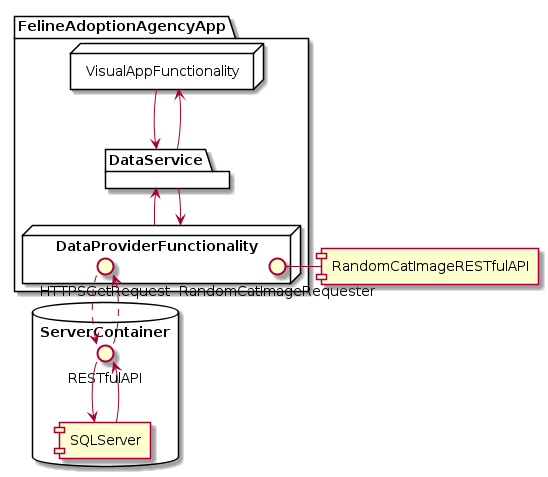
Earlier version of the PlantUML export Documentation/UML/ComponentDiagram.png (Pasarus/FelineAdoptionAgencyMajorProject). The source it was exported from:
```plantuml
@startuml ComponentDiagram

database ServerContainer {
    RESTfulAPI --> [SQLServer]
    [SQLServer] --> RESTfulAPI
}

[RandomCatImageRESTfulAPI]
package FelineAdoptionAgencyApp {
    node VisualAppFunctionality {
    }
    node DataProviderFunctionality {
       HTTPSGetRequest ..> RESTfulAPI
       RESTfulAPI ..> HTTPSGetRequest
       RandomCatImageRequester - [RandomCatImageRESTfulAPI]
    }
    package DataService {

    }
}


VisualAppFunctionality --> DataService
DataService --> DataProviderFunctionality
DataProviderFunctionality --> DataService
DataService --> VisualAppFunctionality

@enduml
```
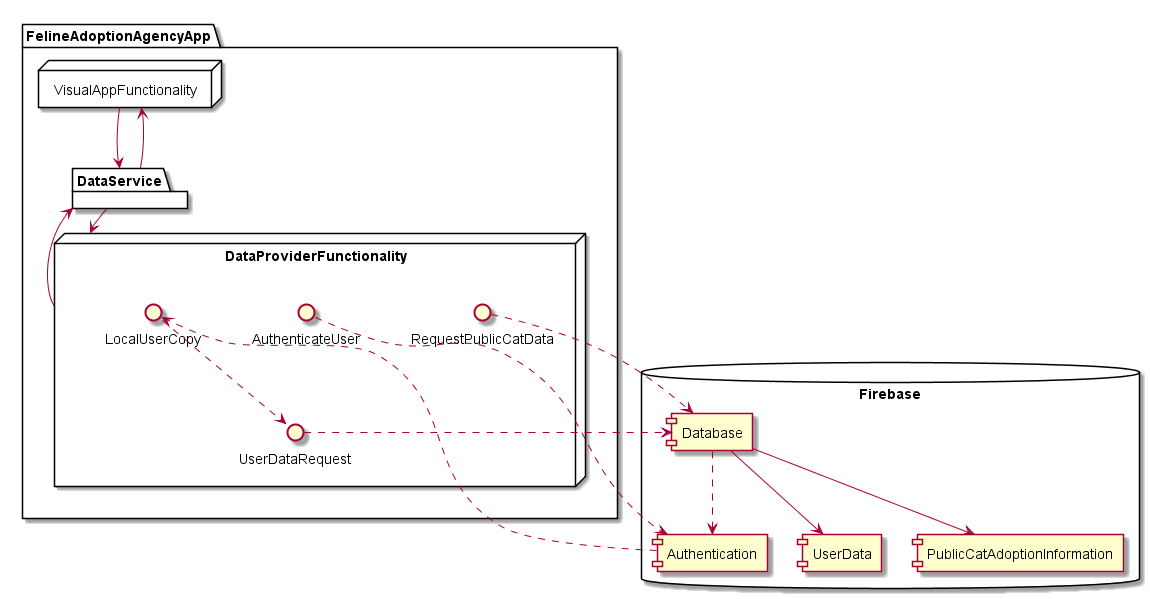
After the change.

Commit message:
Update Component Diagram

Change to the diagram source:
```diff
@@ -1,24 +1,27 @@
 @startuml ComponentDiagram
 
-database ServerContainer {
-    RESTfulAPI --> [SQLServer]
-    [SQLServer] --> RESTfulAPI
+database Firebase {
+    [Authentication]
+    [Database]
+    [Database] --> [UserData]
+    [Database] --> [PublicCatAdoptionInformation]
+    [Database] ..> [Authentication]
 }
 
-[RandomCatImageRESTfulAPI]
 package FelineAdoptionAgencyApp {
     node VisualAppFunctionality {
     }
     node DataProviderFunctionality {
-       HTTPSGetRequest ..> RESTfulAPI
-       RESTfulAPI ..> HTTPSGetRequest
-       RandomCatImageRequester - [RandomCatImageRESTfulAPI]
+       AuthenticateUser ..> [Authentication]
+       [Authentication] ..> LocalUserCopy
+       LocalUserCopy ..> UserDataRequest
+       RequestPublicCatData ..> Database
+       UserDataRequest ..> Database
     }
     package DataService {
 
     }
 }
-
 
 VisualAppFunctionality --> DataService
 DataService --> DataProviderFunctionality
```
